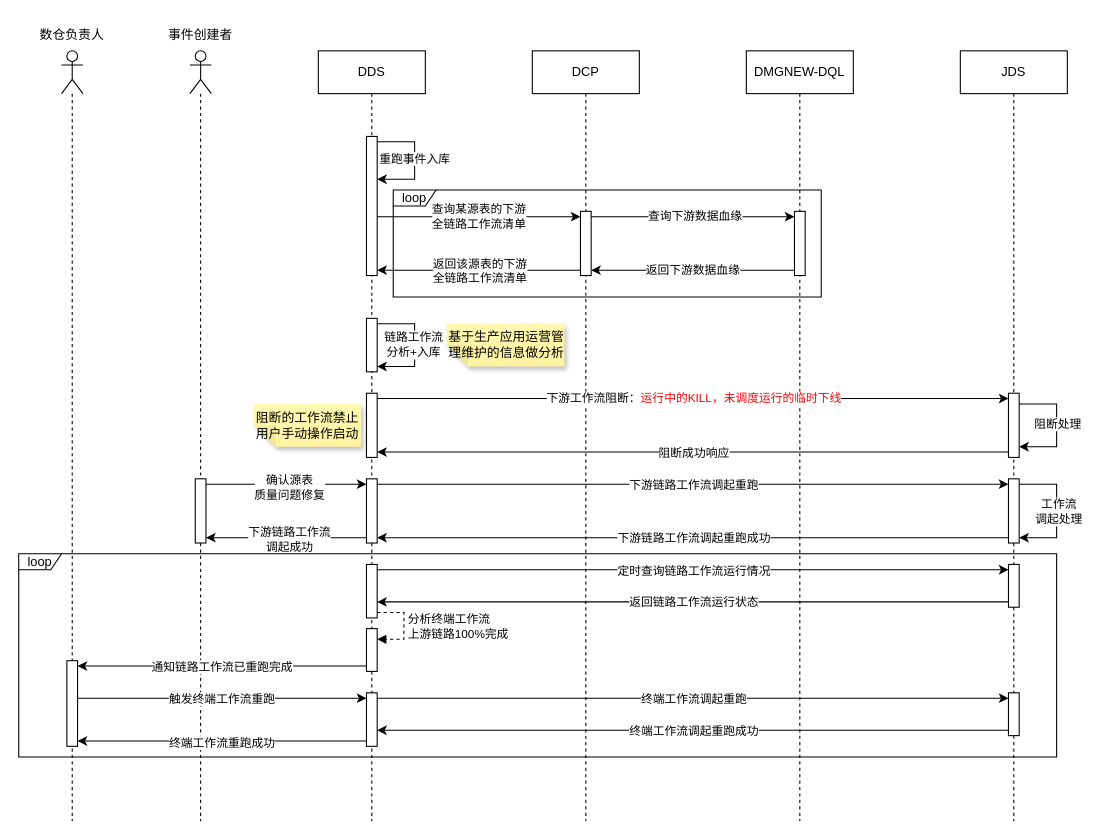
Before: page "重跑事件平台处理流程" (2 of 2) of biz_flow/大数据平台工作流一键重跑设计.drawio in hlld3344/diagrams, a draw.io diagram. Source tidied: cells renumbered, new cells numbered last; positions are measured from the earlier drawing's top-left corner, leaving out a move shared by most shapes. Both pictures are drawn from the tidied source at 107%, with x=0, y=0 at pixel (18, 18).
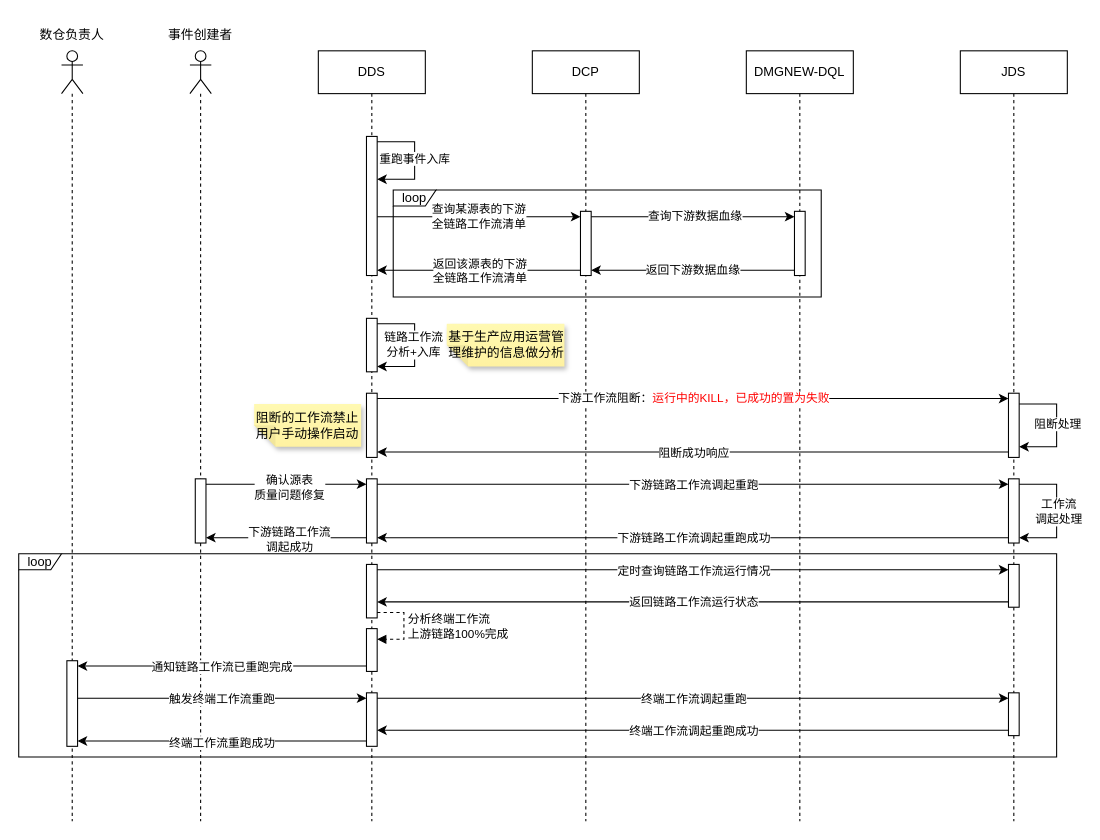
The same page after the edit.

Commit message:
更新大数据平台工作流一键重跑设计.drawio

The change refers to these unchanged cells:
```xml
<mxCell id="37" style="edgeStyle=orthogonalEdgeStyle;rounded=0;jettySize=auto;html=1;curved=0;exitX=1;exitY=0;exitDx=0;exitDy=5;exitPerimeter=0;entryX=0;entryY=0;entryDx=0;entryDy=5;entryPerimeter=0;" parent="1" edge="1" source="9" target="29">
  <mxGeometry relative="1" as="geometry" />
</mxCell>
```

Diff of the diagram source:
```diff
@@
-    <mxCell id="38" value="下游工作流阻断：&lt;font style=&quot;color: rgb(255, 0, 0);&quot;&gt;运行中的KILL，未调度运行的临时下线&lt;/font&gt;" style="edgeLabel;html=1;align=center;verticalAlign=middle;" parent="37" vertex="1">
+    <mxCell id="38" value="下游工作流阻断：&lt;font style=&quot;color: rgb(255, 0, 0);&quot;&gt;运行中的KILL，已成功的置为失败&lt;/font&gt;" style="edgeLabel;html=1;align=center;verticalAlign=middle;" parent="37" vertex="1">
       <mxGeometry y="1" relative="1" as="geometry" />
     </mxCell>
```
